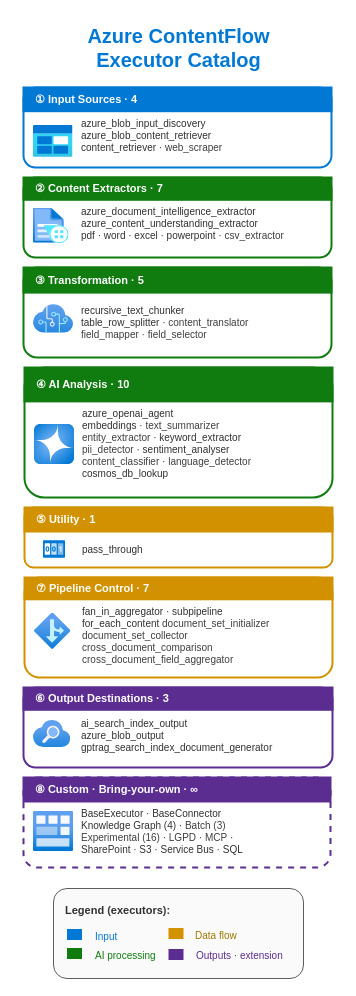
Azure/contentflow keeps this draw.io diagram as page "Executors" (4 of 4) of assets/diagram/ContentFlow Diagram.drawio. Above is the earlier version. Source tidied: cells renumbered, new cells numbered last; positions are measured from the earlier drawing's top-left corner, leaving out a move shared by most shapes. Both pictures are drawn from the tidied source at 100%, with x=0, y=0 at pixel (23, 17).
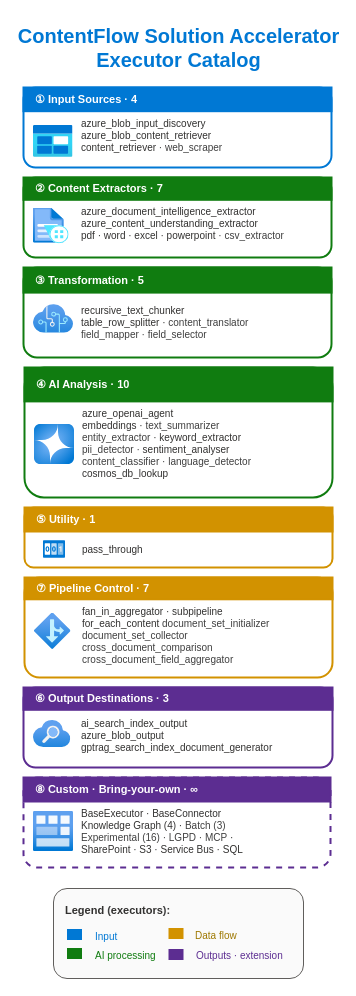
Above is the later version.

Commit message (it also covers changes not shown here):
Fixes diagram titles to "ContentFlow Solution Accelerator"

Change to the diagram source:
```diff
@@
-    <mxCell id="32" value="&lt;font&gt;&lt;b style=&quot;&quot;&gt;Azure ContentFlow&lt;/b&gt;&lt;/font&gt;&lt;div&gt;&lt;font&gt;&lt;font style=&quot;color: rgb(0, 120, 212);&quot;&gt;Executor Catalog&lt;/font&gt;&lt;/font&gt;&lt;/div&gt;" style="text;html=1;align=center;fontSize=20;fontColor=#0078D4;fontStyle=1;verticalAlign=top;" parent="1" vertex="1">
+    <mxCell id="32" value="&lt;b&gt;ContentFlow Solution Accelerator&lt;/b&gt;&lt;br&gt;&lt;div&gt;&lt;font&gt;&lt;font style=&quot;color: rgb(0, 120, 212);&quot;&gt;Executor Catalog&lt;/font&gt;&lt;/font&gt;&lt;/div&gt;" style="text;html=1;align=center;fontSize=20;fontColor=#0078D4;fontStyle=1;verticalAlign=top;" parent="1" vertex="1">
       <mxGeometry width="310" height="60" as="geometry" />
     </mxCell>
```
